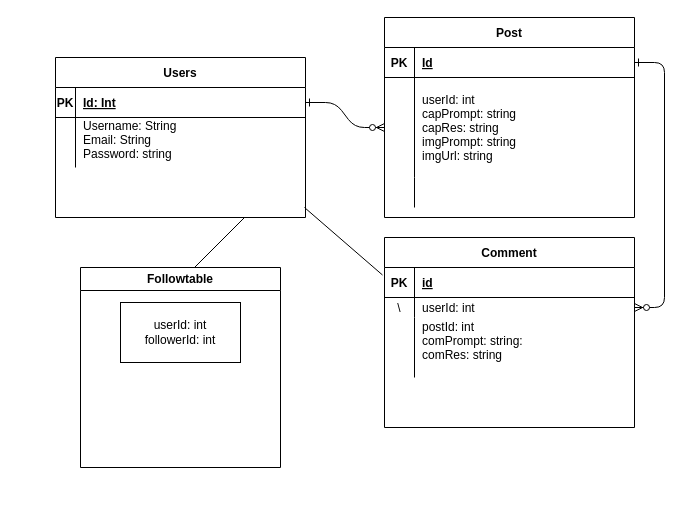
Earlier version of the draw.io diagram Untitled Diagram.drawio (ap2121/prompt-api). Source tidied: cells renumbered, new cells numbered last; positions are measured from the earlier drawing's top-left corner, leaving out a move shared by most shapes. Both pictures are drawn from the tidied source at 100%, with x=0, y=0 at pixel (55, 17).
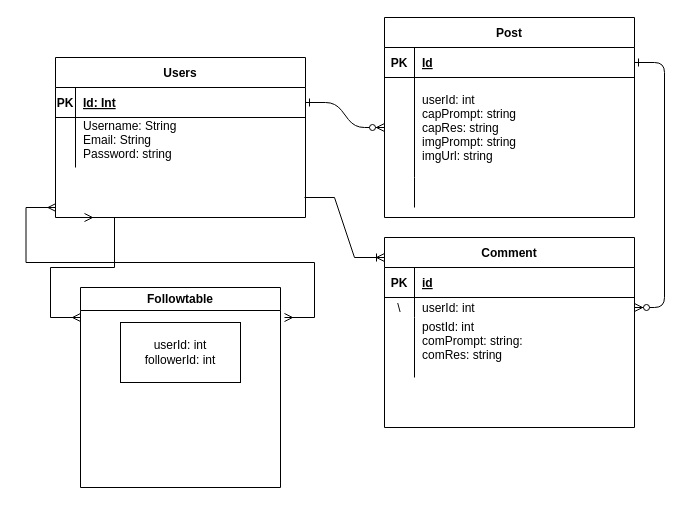
Above is the later version.

Commit message:
Update prompt erd

The change refers to these unchanged cells:
```xml
<mxCell id="15" style="shape=partialRectangle;fillColor=none;points=[[0,0.5],[1,0.5]];portConstraint=eastwest;top=0;left=0;right=0;bottom=1;" parent="14" vertex="1">
  <mxGeometry y="30" width="250" height="30" as="geometry" />
</mxCell>
```

Change to the diagram source:
```diff
@@
     <mxCell id="31" value="Followtable" style="swimlane;whiteSpace=wrap;html=1;" parent="1" vertex="1">
-      <mxGeometry x="25" y="250" width="200" height="200" as="geometry" />
+      <mxGeometry x="25" y="270" width="200" height="200" as="geometry" />
     </mxCell>
@@
-    <mxCell id="33" style="endArrow=none;html=1;rounded=0;" parent="1" edge="1">
-      <mxGeometry relative="1" as="geometry">
-        <mxPoint x="139" y="250" as="sourcePoint" />
-        <mxPoint x="189" y="200" as="targetPoint" />
-      </mxGeometry>
-    </mxCell>
-    <mxCell id="34" style="endArrow=none;html=1;rounded=0;entryX=-0.008;entryY=0.25;entryDx=0;entryDy=0;entryPerimeter=0;" parent="1" edge="1" target="15">
-      <mxGeometry relative="1" as="geometry">
-        <mxPoint x="249" y="190" as="sourcePoint" />
-      </mxGeometry>
-    </mxCell>
+    <mxCell id="35" style="edgeStyle=entityRelationEdgeStyle;fontSize=12;html=1;endArrow=ERmany;startArrow=ERmany;rounded=0;" parent="1" edge="1">
+      <mxGeometry relative="1" as="geometry">
+        <mxPoint x="229" y="300" as="sourcePoint" />
+        <mxPoint x="0.5" y="190" as="targetPoint" />
+      </mxGeometry>
+    </mxCell>
+    <mxCell id="36" style="edgeStyle=entityRelationEdgeStyle;fontSize=12;html=1;endArrow=ERmany;startArrow=ERmany;rounded=0;" parent="1" edge="1">
+      <mxGeometry relative="1" as="geometry">
+        <mxPoint x="29" y="200" as="sourcePoint" />
+        <mxPoint x="25" y="300" as="targetPoint" />
+      </mxGeometry>
+    </mxCell>
+    <mxCell id="37" style="edgeStyle=entityRelationEdgeStyle;fontSize=12;html=1;endArrow=ERoneToMany;rounded=0;" parent="1" edge="1">
+      <mxGeometry relative="1" as="geometry">
+        <mxPoint x="249" y="180" as="sourcePoint" />
+        <mxPoint x="329" y="240" as="targetPoint" />
+      </mxGeometry>
+    </mxCell>
```
